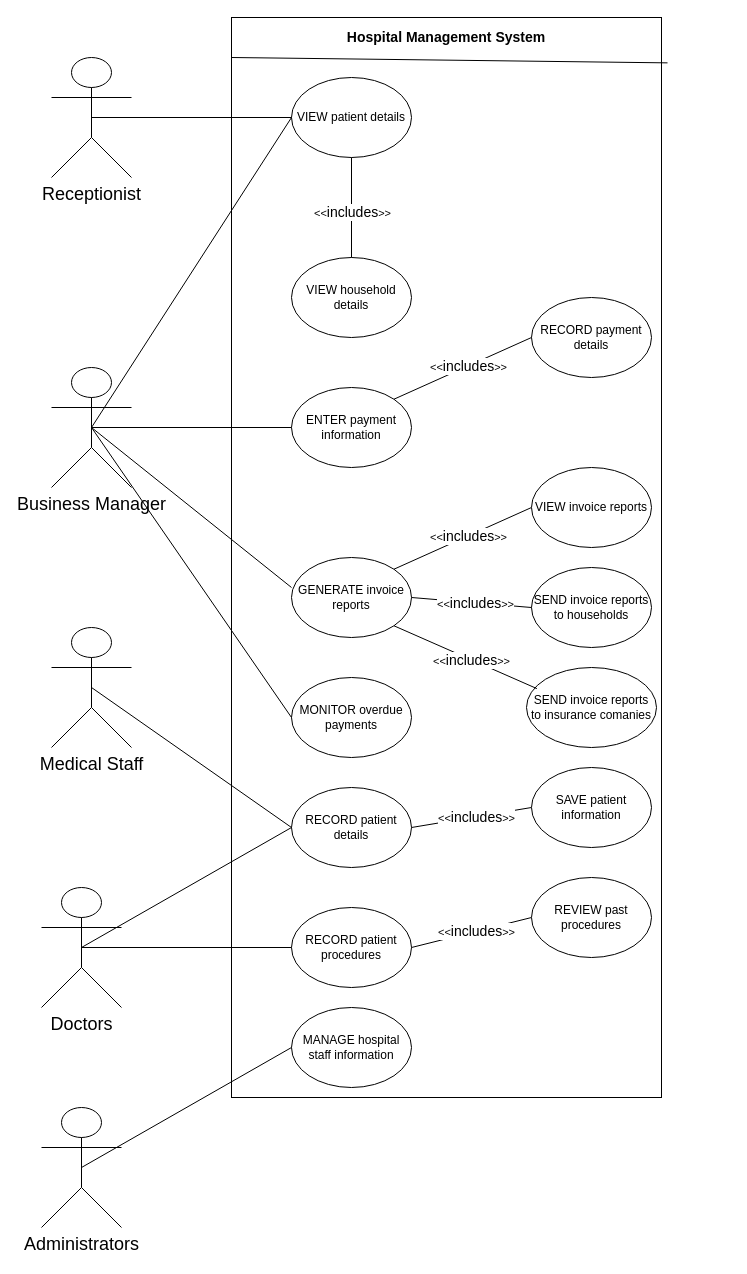
This is Object Oriented Systems - COMP CO835/Case Study/use case for case study.drawio from Learning-Journey-Tcoons1413/Semester-3, a draw.io file, before an edit. Source tidied: cells renumbered, new cells numbered last; positions are measured from the earlier drawing's top-left corner, leaving out a move shared by most shapes. Both pictures are drawn from the tidied source at 100%, with x=0, y=0 at pixel (41, 17).
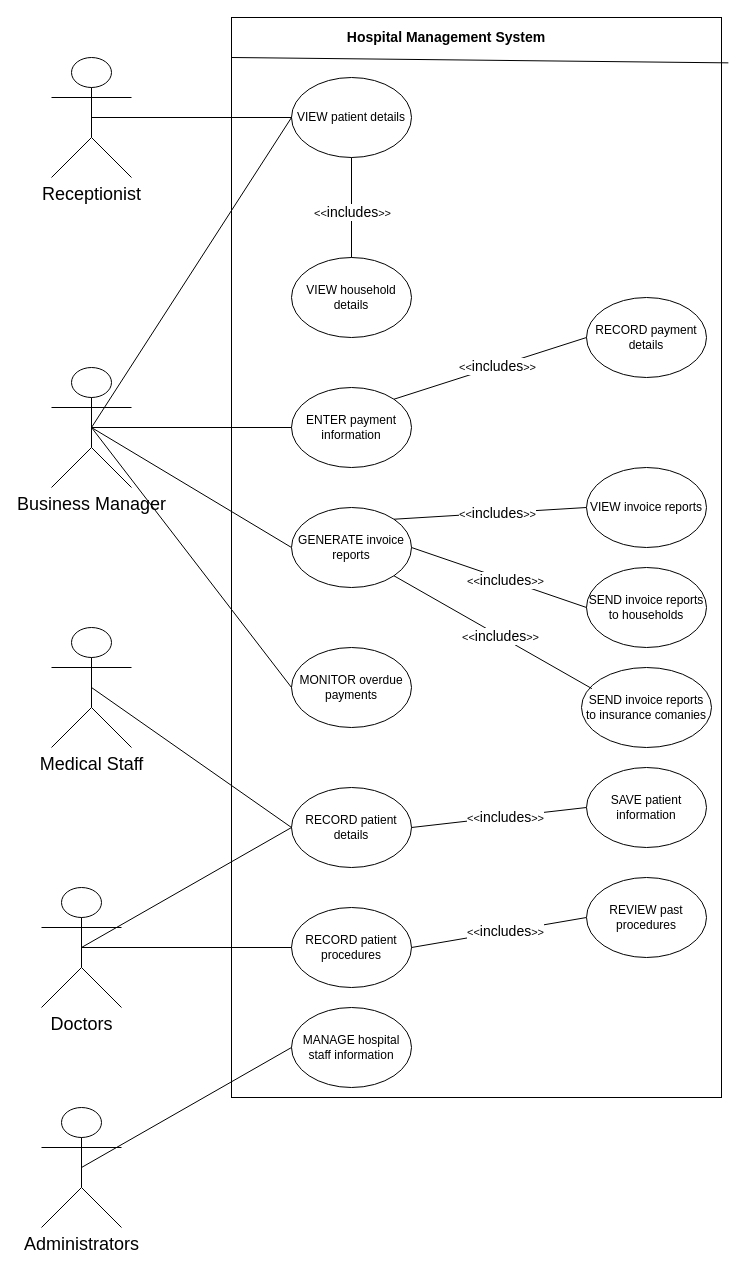
Above is the later version.

The change refers to these unchanged cells:
```xml
<mxCell id="9" value="&lt;font style=&quot;font-size: 18px;&quot;&gt;Business Manager&lt;/font&gt;" style="shape=umlActor;verticalLabelPosition=bottom;verticalAlign=top;html=1;outlineConnect=0;" parent="1" vertex="1">
  <mxGeometry x="10" y="350" width="80" height="120" as="geometry" />
</mxCell>
```

The edit, as a diff of the source:
```diff
@@
     <mxCell id="2" style="rounded=0;whiteSpace=wrap;html=1;" parent="1" vertex="1">
-      <mxGeometry x="190" width="430" height="1080" as="geometry" />
+      <mxGeometry x="190" width="490" height="1080" as="geometry" />
     </mxCell>
@@
-    <mxCell id="18" style="endArrow=none;html=1;rounded=0;exitX=0.5;exitY=0.5;exitDx=0;exitDy=0;exitPerimeter=0;entryX=0;entryY=0.5;entryDx=0;entryDy=0;" parent="1" edge="1" source="9">
-      <mxGeometry relative="1" as="geometry">
-        <mxPoint x="250" y="570" as="targetPoint" />
-      </mxGeometry>
+    <mxCell id="18" style="endArrow=none;html=1;rounded=0;exitX=0.5;exitY=0.5;exitDx=0;exitDy=0;exitPerimeter=0;entryX=0;entryY=0.5;entryDx=0;entryDy=0;" parent="1" edge="1" source="9" target="22">
+      <mxGeometry relative="1" as="geometry" />
     </mxCell>
     <mxCell id="19" value="RECORD payment details" style="ellipse;whiteSpace=wrap;html=1;" parent="1" vertex="1">
-      <mxGeometry x="490" y="280" width="120" height="80" as="geometry" />
+      <mxGeometry x="545" y="280" width="120" height="80" as="geometry" />
     </mxCell>
@@
     <mxCell id="22" value="GENERATE invoice reports" style="ellipse;whiteSpace=wrap;html=1;" parent="1" vertex="1">
-      <mxGeometry x="250" y="540" width="120" height="80" as="geometry" />
+      <mxGeometry x="250" y="490" width="120" height="80" as="geometry" />
     </mxCell>
@@
     <mxCell id="25" value="VIEW invoice reports" style="ellipse;whiteSpace=wrap;html=1;" parent="1" vertex="1">
-      <mxGeometry x="490" y="450" width="120" height="80" as="geometry" />
+      <mxGeometry x="545" y="450" width="120" height="80" as="geometry" />
     </mxCell>
     <mxCell id="26" value="SEND invoice reports to households" style="ellipse;whiteSpace=wrap;html=1;" parent="1" vertex="1">
-      <mxGeometry x="490" y="550" width="120" height="80" as="geometry" />
+      <mxGeometry x="545" y="550" width="120" height="80" as="geometry" />
     </mxCell>
@@
     <mxCell id="29" value="SEND invoice reports to insurance comanies" style="ellipse;whiteSpace=wrap;html=1;" parent="1" vertex="1">
-      <mxGeometry x="485" y="650" width="130" height="80" as="geometry" />
+      <mxGeometry x="540" y="650" width="130" height="80" as="geometry" />
     </mxCell>
@@
     <mxCell id="32" value="MONITOR overdue payments" style="ellipse;whiteSpace=wrap;html=1;" parent="1" vertex="1">
-      <mxGeometry x="250" y="660" width="120" height="80" as="geometry" />
+      <mxGeometry x="250" y="630" width="120" height="80" as="geometry" />
     </mxCell>
@@
     <mxCell id="37" value="SAVE patient information" style="ellipse;whiteSpace=wrap;html=1;" parent="1" vertex="1">
-      <mxGeometry x="490" y="750" width="120" height="80" as="geometry" />
+      <mxGeometry x="545" y="750" width="120" height="80" as="geometry" />
     </mxCell>
@@
     <mxCell id="44" value="REVIEW past procedures" style="ellipse;whiteSpace=wrap;html=1;" parent="1" vertex="1">
-      <mxGeometry x="490" y="860" width="120" height="80" as="geometry" />
+      <mxGeometry x="545" y="860" width="120" height="80" as="geometry" />
     </mxCell>
```
